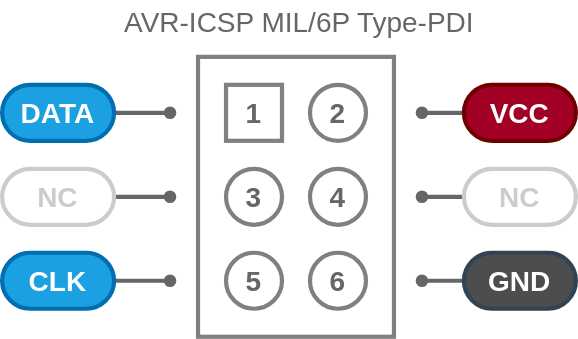
This is svg/AVR-ICSP-M6P-PDI.drawio.svg from askn37/askn37.github.io, a draw.io export, as it was before one commit. Source tidied: cells renumbered, new cells last; positions are measured from the earlier drawing's top-left corner, leaving out a move shared by most shapes.
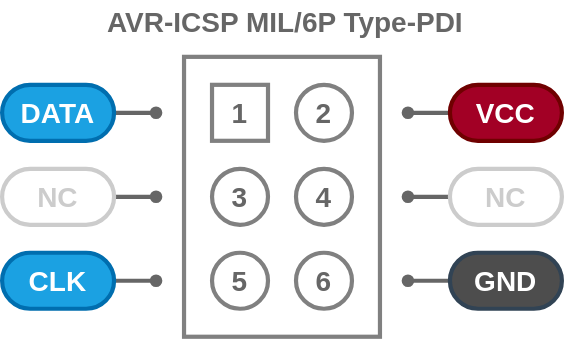
Later version of the same file.

The edit, as a diff of the source:
```diff
@@ -53,11 +53,10 @@
       </mxGeometry>
     </mxCell>
     <mxCell id="16" value="DATA" style="rounded=1;whiteSpace=wrap;html=1;fontSize=20;strokeWidth=3;fontStyle=1;fillColor=#1ba1e2;strokeColor=#006EAF;fontColor=#ffffff;arcSize=50;" parent="1" vertex="1">
-      <mxGeometry y="60" width="80" height="40" as="geometry" />
+      <mxGeometry x="10" y="60" width="80" height="40" as="geometry" />
     </mxCell>
-    <mxCell id="17" style="edgeStyle=none;html=1;exitX=1;exitY=0.5;exitDx=0;exitDy=0;fontSize=20;fontColor=#FFFFFF;startArrow=none;startFill=0;endArrow=oval;endFill=1;strokeColor=#666666;strokeWidth=3;" parent="1" edge="1">
+    <mxCell id="17" style="edgeStyle=none;html=1;exitX=1;exitY=0.5;exitDx=0;exitDy=0;fontSize=20;fontColor=#FFFFFF;startArrow=none;startFill=0;endArrow=oval;endFill=1;strokeColor=#666666;strokeWidth=3;" parent="1" edge="1" source="21">
       <mxGeometry relative="1" as="geometry">
-        <mxPoint x="80" y="140" as="sourcePoint" />
         <mxPoint x="120" y="140" as="targetPoint" />
       </mxGeometry>
     </mxCell>
@@ -67,14 +66,14 @@
         <mxPoint x="120" y="200" as="targetPoint" />
       </mxGeometry>
     </mxCell>
-    <mxCell id="19" value="AVR-ICSP MIL/6P Type-PDI" style="text;html=1;align=center;verticalAlign=middle;strokeColor=none;fillColor=none;fontSize=20;fontColor=#666666;" parent="1" vertex="1">
+    <mxCell id="19" value="AVR-ICSP MIL/6P Type-PDI" style="text;html=1;align=center;verticalAlign=middle;strokeColor=none;fillColor=none;fontSize=20;fontColor=#666666;fontStyle=1;" parent="1" vertex="1">
       <mxGeometry x="77" width="270" height="30" as="geometry" />
     </mxCell>
     <mxCell id="20" value="CLK" style="rounded=1;whiteSpace=wrap;html=1;fontSize=20;strokeWidth=3;fontStyle=1;fillColor=#1ba1e2;strokeColor=#006EAF;fontColor=#ffffff;arcSize=50;" parent="1" vertex="1">
-      <mxGeometry y="180" width="80" height="40" as="geometry" />
+      <mxGeometry x="10" y="180" width="80" height="40" as="geometry" />
     </mxCell>
     <mxCell id="21" value="NC" style="rounded=1;whiteSpace=wrap;html=1;fontSize=20;strokeWidth=3;fontStyle=1;arcSize=50;strokeColor=#CCCCCC;fontColor=#CCCCCC;fillColor=none;" parent="1" vertex="1">
-      <mxGeometry y="120" width="80" height="40" as="geometry" />
+      <mxGeometry x="10" y="120" width="80" height="40" as="geometry" />
     </mxCell>
   </root>
 </mxGraphModel>
```
